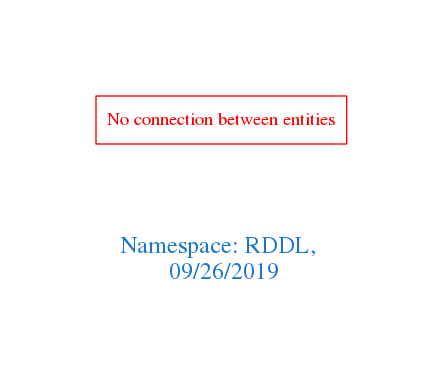
Above: downloads/RDDL.png in arago/OGIT (Graphviz), before the change. Its source is kept beside it as downloads/RDDL.dot. Source of this version:
```dot
digraph OGIT_ontology {
 graph [ rankdir= LR,pad=1
fontsize = 18,
fontcolor= dodgerblue3,label = "\n\n\nNamespace: RDDL, \n 09/26/2019"];
node[shape=polygon];
edge [  color="gray81"];

"No connection between entities" [fontcolor = "red",color="red", shape="polygon"]
}
```
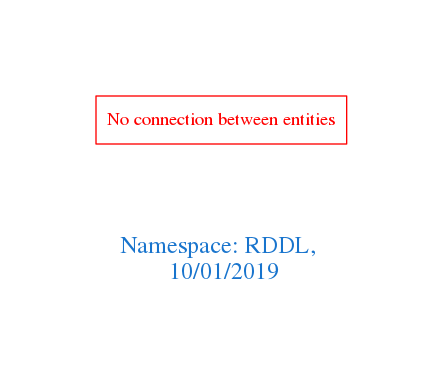
Above is the later version.

What changed in the source:
```diff
@@ -1,7 +1,7 @@
 digraph OGIT_ontology {
  graph [ rankdir= LR,pad=1
 fontsize = 18,
-fontcolor= dodgerblue3,label = "\n\n\nNamespace: RDDL, \n 09/26/2019"];
+fontcolor= dodgerblue3,label = "\n\n\nNamespace: RDDL, \n 10/01/2019"];
 node[shape=polygon];
 edge [  color="gray81"];
 
```
